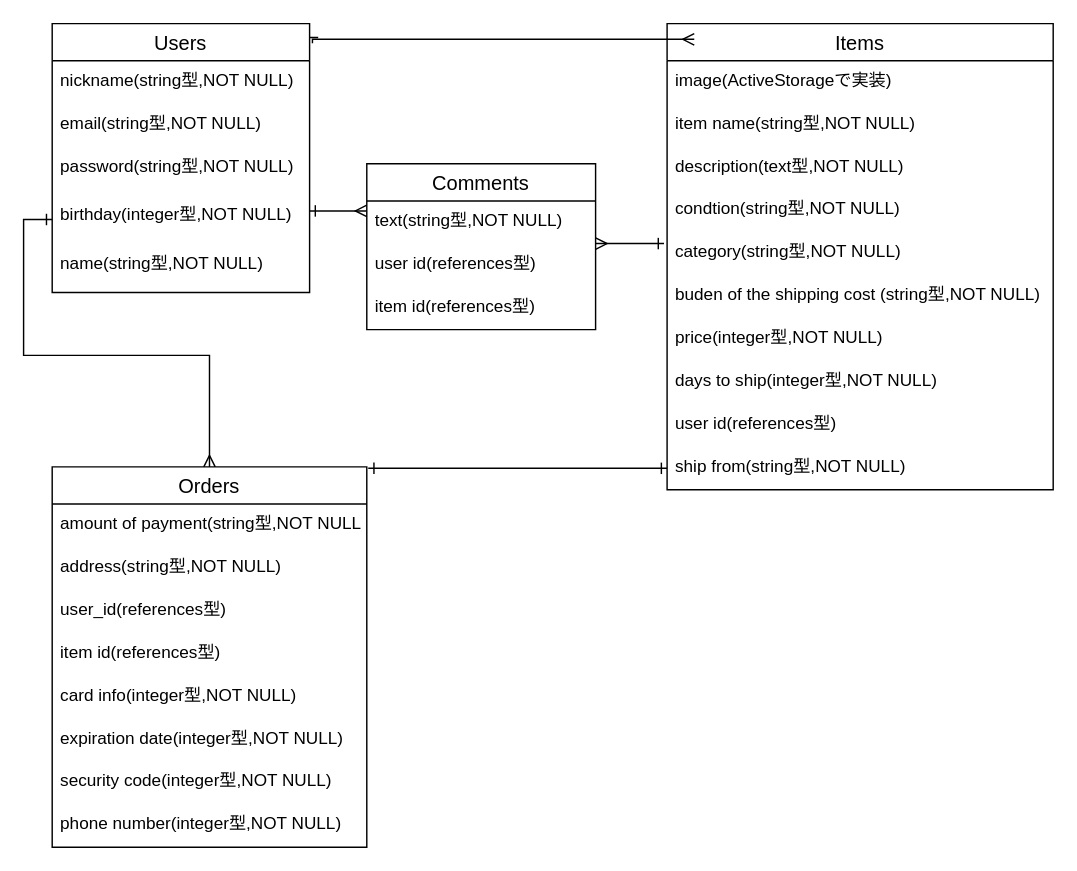
HiroRin753/furima-30569 keeps this draw.io diagram as furima.dio. Above is the earlier version. Source tidied: cells renumbered, new cells numbered last; positions are measured from the earlier drawing's top-left corner, leaving out a move shared by most shapes. Both pictures are drawn from the tidied source at 143%, with x=0, y=0 at pixel (51, 23).
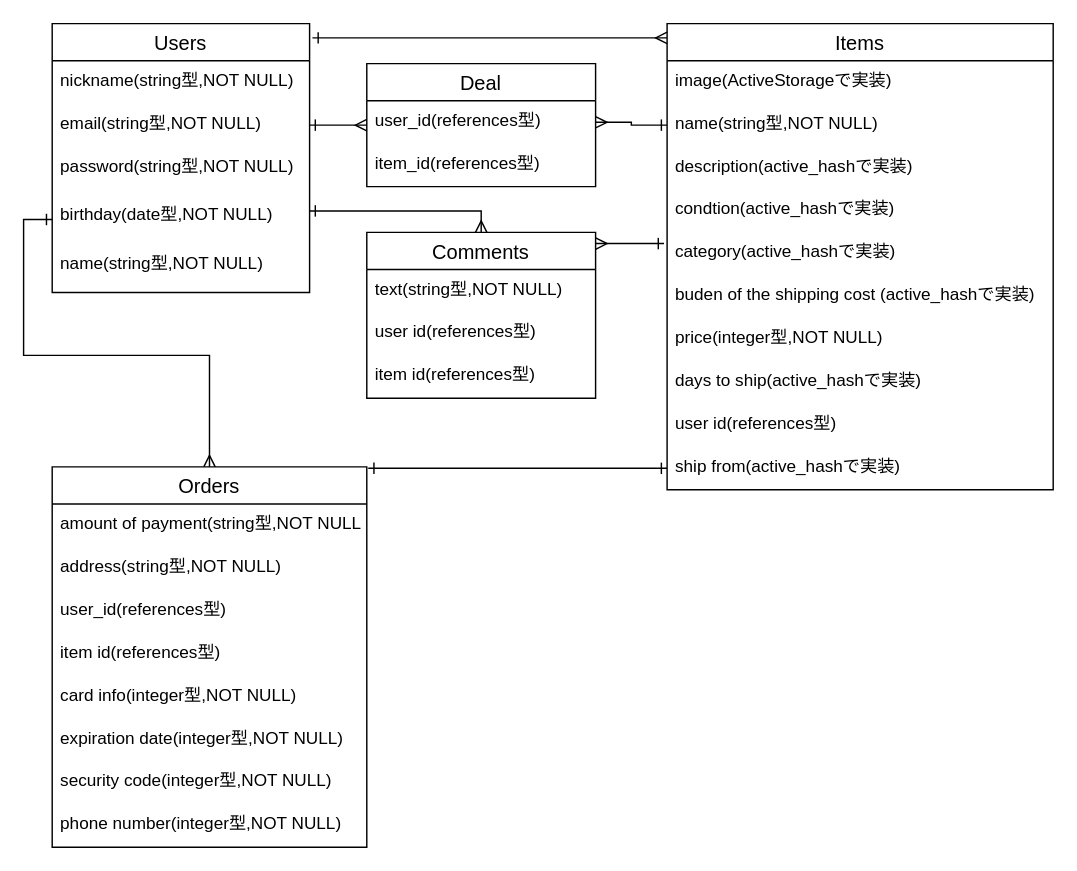
The same page after the edit.

Unchanged cells that the change refers to:
```xml
<mxCell id="2" value="Items" style="swimlane;fontStyle=0;horizontal=1;startSize=26;align=center;fontSize=14;" parent="1" vertex="1">
  <mxGeometry x="430" width="270" height="326" as="geometry" />
</mxCell>
<mxCell id="14" value="Users" style="swimlane;fontStyle=0;horizontal=1;startSize=26;align=center;fontSize=14;direction=east;" parent="1" vertex="1">
  <mxGeometry width="180" height="188" as="geometry" />
</mxCell>
<mxCell id="16" value="email(string型,NOT NULL)" style="text;strokeColor=none;fillColor=none;spacingLeft=4;spacingRight=4;overflow=hidden;points=[[0,0.5],[1,0.5]];portConstraint=eastwest;fontSize=12;" parent="14" vertex="1">
  <mxGeometry y="56" width="180" height="30" as="geometry" />
</mxCell>
```

What changed in the source:
```diff
@@
-    <mxCell id="4" value="item name(string型,NOT NULL)" style="text;strokeColor=none;fillColor=none;spacingLeft=4;spacingRight=4;overflow=hidden;points=[[0,0.5],[1,0.5]];portConstraint=eastwest;fontSize=12;" parent="2" vertex="1">
+    <mxCell id="4" value="name(string型,NOT NULL)" style="text;strokeColor=none;fillColor=none;spacingLeft=4;spacingRight=4;overflow=hidden;points=[[0,0.5],[1,0.5]];portConstraint=eastwest;fontSize=12;" parent="2" vertex="1">
       <mxGeometry y="56" width="270" height="30" as="geometry" />
     </mxCell>
-    <mxCell id="5" value="description(text型,NOT NULL)" style="text;strokeColor=none;fillColor=none;spacingLeft=4;spacingRight=4;overflow=hidden;fontSize=12;" parent="2" vertex="1">
+    <mxCell id="5" value="description(active_hashで実装)" style="text;strokeColor=none;fillColor=none;spacingLeft=4;spacingRight=4;overflow=hidden;fontSize=12;" parent="2" vertex="1">
       <mxGeometry y="86" width="270" height="30" as="geometry" />
     </mxCell>
-    <mxCell id="6" value="condtion(string型,NOT NULL)&#10;" style="text;strokeColor=none;fillColor=none;spacingLeft=4;spacingRight=4;overflow=hidden;fontSize=12;" parent="2" vertex="1">
+    <mxCell id="6" value="condtion(active_hashで実装)&#10;" style="text;strokeColor=none;fillColor=none;spacingLeft=4;spacingRight=4;overflow=hidden;fontSize=12;" parent="2" vertex="1">
       <mxGeometry y="116" width="270" height="30" as="geometry" />
     </mxCell>
-    <mxCell id="7" value="category(string型,NOT NULL)" style="text;strokeColor=none;fillColor=none;spacingLeft=4;spacingRight=4;overflow=hidden;points=[[0,0.5],[1,0.5]];portConstraint=eastwest;fontSize=12;" parent="2" vertex="1">
+    <mxCell id="7" value="category(active_hashで実装)" style="text;strokeColor=none;fillColor=none;spacingLeft=4;spacingRight=4;overflow=hidden;points=[[0,0.5],[1,0.5]];portConstraint=eastwest;fontSize=12;" parent="2" vertex="1">
       <mxGeometry y="146" width="270" height="30" as="geometry" />
     </mxCell>
-    <mxCell id="8" value="buden of the shipping cost (string型,NOT NULL)" style="text;strokeColor=none;fillColor=none;spacingLeft=4;spacingRight=4;overflow=hidden;fontSize=12;" parent="2" vertex="1">
+    <mxCell id="8" value="buden of the shipping cost (active_hashで実装)" style="text;strokeColor=none;fillColor=none;spacingLeft=4;spacingRight=4;overflow=hidden;fontSize=12;" parent="2" vertex="1">
       <mxGeometry y="176" width="270" height="30" as="geometry" />
     </mxCell>
@@
-    <mxCell id="10" value="days to ship(integer型,NOT NULL)" style="text;strokeColor=none;fillColor=none;spacingLeft=4;spacingRight=4;overflow=hidden;fontSize=12;" parent="2" vertex="1">
+    <mxCell id="10" value="days to ship(active_hashで実装)" style="text;strokeColor=none;fillColor=none;spacingLeft=4;spacingRight=4;overflow=hidden;fontSize=12;" parent="2" vertex="1">
       <mxGeometry y="236" width="270" height="30" as="geometry" />
     </mxCell>
@@
-    <mxCell id="12" value="ship from(string型,NOT NULL)" style="text;strokeColor=none;fillColor=none;spacingLeft=4;spacingRight=4;overflow=hidden;points=[[0,0.5],[1,0.5]];portConstraint=eastwest;fontSize=12;" parent="2" vertex="1">
+    <mxCell id="12" value="ship from(active_hashで実装)" style="text;strokeColor=none;fillColor=none;spacingLeft=4;spacingRight=4;overflow=hidden;points=[[0,0.5],[1,0.5]];portConstraint=eastwest;fontSize=12;" parent="2" vertex="1">
       <mxGeometry y="296" width="270" height="30" as="geometry" />
     </mxCell>
-    <mxCell id="13" style="edgeStyle=orthogonalEdgeStyle;rounded=0;jettySize=auto;html=1;exitX=1.011;exitY=0.073;exitDx=0;exitDy=0;exitPerimeter=0;endArrow=ERmany;endFill=0;startArrow=ERone;startFill=0;" parent="1" edge="1" source="14">
+    <mxCell id="13" style="edgeStyle=orthogonalEdgeStyle;rounded=0;jettySize=auto;html=1;endArrow=ERmany;endFill=0;startArrow=ERone;startFill=0;" parent="1" edge="1" target="2">
       <mxGeometry relative="1" as="geometry">
-        <mxPoint x="449" y="11" as="targetPoint" />
+        <mxPoint x="182" y="10" as="sourcePoint" />
         <Array as="points">
-          <mxPoint x="449" y="11" />
+          <mxPoint x="182" y="10" />
         </Array>
       </mxGeometry>
     </mxCell>
@@
-    <mxCell id="18" value="birthday(integer型,NOT NULL)" style="text;strokeColor=none;fillColor=none;spacingLeft=4;spacingRight=4;overflow=hidden;points=[[0,0.5],[1,0.5]];portConstraint=eastwest;fontSize=12;" parent="14" vertex="1">
+    <mxCell id="18" value="birthday(date型,NOT NULL)" style="text;strokeColor=none;fillColor=none;spacingLeft=4;spacingRight=4;overflow=hidden;points=[[0,0.5],[1,0.5]];portConstraint=eastwest;fontSize=12;" parent="14" vertex="1">
       <mxGeometry y="120" width="180" height="34" as="geometry" />
     </mxCell>
@@
     <mxCell id="33" value="Comments" style="swimlane;fontStyle=0;horizontal=1;startSize=26;align=center;fontSize=14;" parent="1" vertex="1">
-      <mxGeometry x="220" y="98" width="160" height="116" as="geometry" />
+      <mxGeometry x="220" y="146" width="160" height="116" as="geometry" />
     </mxCell>
@@
+    <mxCell id="37" style="edgeStyle=orthogonalEdgeStyle;rounded=0;jettySize=auto;html=1;endArrow=ERone;endFill=0;startArrow=ERmany;startFill=0;" parent="1" edge="1" source="39" target="16">
+      <mxGeometry relative="1" as="geometry" />
+    </mxCell>
+    <mxCell id="38" style="edgeStyle=orthogonalEdgeStyle;rounded=0;jettySize=auto;html=1;entryX=0;entryY=0.5;entryDx=0;entryDy=0;endArrow=ERone;endFill=0;startArrow=ERmany;startFill=0;" parent="1" edge="1" source="40" target="4">
+      <mxGeometry relative="1" as="geometry" />
+    </mxCell>
+    <mxCell id="39" value="Deal" style="swimlane;fontStyle=0;horizontal=1;startSize=26;align=center;fontSize=14;" parent="1" vertex="1">
+      <mxGeometry x="220" y="28" width="160" height="86" as="geometry" />
+    </mxCell>
+    <mxCell id="40" value="user_id(references型)&#10;" style="text;strokeColor=none;fillColor=none;spacingLeft=4;spacingRight=4;overflow=hidden;points=[[0,0.5],[1,0.5]];portConstraint=eastwest;fontSize=12;" parent="39" vertex="1">
+      <mxGeometry y="26" width="160" height="30" as="geometry" />
+    </mxCell>
+    <mxCell id="41" value="item_id(references型)" style="text;strokeColor=none;fillColor=none;spacingLeft=4;spacingRight=4;overflow=hidden;fontSize=12;" parent="39" vertex="1">
+      <mxGeometry y="56" width="160" height="30" as="geometry" />
+    </mxCell>
```
